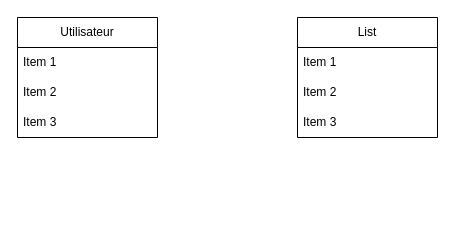
BouEmi2333222/ProjetFinalExploTechno keeps this draw.io diagram as planBD.drawio. Above is the earlier version. Source tidied: cells renumbered, new cells numbered last; positions are measured from the earlier drawing's top-left corner, leaving out a move shared by most shapes. Both pictures are drawn from the tidied source at 100%, with x=0, y=0 at pixel (17, 17).
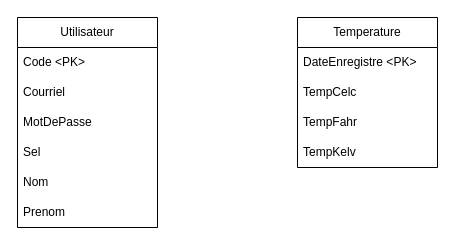
Above is the later version.

The edit, as a diff of the source:
```diff
@@
 <mxGraphModel>
   <root>
     <mxCell id="0" />
     <mxCell id="1" parent="0" />
     <mxCell id="2" value="Utilisateur" style="swimlane;fontStyle=0;horizontal=1;startSize=30;whiteSpace=wrap;html=1;" parent="1" vertex="1">
-      <mxGeometry width="140" height="120" as="geometry" />
+      <mxGeometry width="140" height="210" as="geometry" />
     </mxCell>
-    <mxCell id="3" value="Item 1" style="text;strokeColor=none;fillColor=none;align=left;verticalAlign=middle;spacingLeft=4;spacingRight=4;overflow=hidden;whiteSpace=wrap;html=1;" parent="2" vertex="1">
+    <mxCell id="3" value="Code &amp;lt;PK&amp;gt;" style="text;strokeColor=none;fillColor=none;align=left;verticalAlign=middle;spacingLeft=4;spacingRight=4;overflow=hidden;whiteSpace=wrap;html=1;" parent="2" vertex="1">
       <mxGeometry y="30" width="140" height="30" as="geometry" />
     </mxCell>
-    <mxCell id="4" value="Item 2" style="text;strokeColor=none;fillColor=none;align=left;verticalAlign=middle;spacingLeft=4;spacingRight=4;overflow=hidden;whiteSpace=wrap;html=1;" parent="2" vertex="1">
+    <mxCell id="4" value="Courriel" style="text;strokeColor=none;fillColor=none;align=left;verticalAlign=middle;spacingLeft=4;spacingRight=4;overflow=hidden;whiteSpace=wrap;html=1;" parent="2" vertex="1">
       <mxGeometry y="60" width="140" height="30" as="geometry" />
     </mxCell>
-    <mxCell id="5" value="Item 3" style="text;strokeColor=none;fillColor=none;align=left;verticalAlign=middle;spacingLeft=4;spacingRight=4;overflow=hidden;whiteSpace=wrap;html=1;" parent="2" vertex="1">
+    <mxCell id="5" value="MotDePasse" style="text;strokeColor=none;fillColor=none;align=left;verticalAlign=middle;spacingLeft=4;spacingRight=4;overflow=hidden;whiteSpace=wrap;html=1;" parent="2" vertex="1">
       <mxGeometry y="90" width="140" height="30" as="geometry" />
     </mxCell>
+    <mxCell id="10" value="Sel" style="text;strokeColor=none;fillColor=none;align=left;verticalAlign=middle;spacingLeft=4;spacingRight=4;overflow=hidden;whiteSpace=wrap;html=1;" parent="2" vertex="1">
+      <mxGeometry y="120" width="140" height="30" as="geometry" />
+    </mxCell>
+    <mxCell id="11" value="Nom" style="text;strokeColor=none;fillColor=none;align=left;verticalAlign=middle;spacingLeft=4;spacingRight=4;overflow=hidden;whiteSpace=wrap;html=1;" parent="2" vertex="1">
+      <mxGeometry y="150" width="140" height="30" as="geometry" />
+    </mxCell>
+    <mxCell id="12" value="Prenom" style="text;strokeColor=none;fillColor=none;align=left;verticalAlign=middle;spacingLeft=4;spacingRight=4;overflow=hidden;whiteSpace=wrap;html=1;" parent="2" vertex="1">
+      <mxGeometry y="180" width="140" height="30" as="geometry" />
+    </mxCell>
-    <mxCell id="6" value="List" style="swimlane;fontStyle=0;horizontal=1;startSize=30;whiteSpace=wrap;html=1;" parent="1" vertex="1">
-      <mxGeometry x="280" width="140" height="120" as="geometry" />
+    <mxCell id="6" value="Temperature" style="swimlane;fontStyle=0;horizontal=1;startSize=30;whiteSpace=wrap;html=1;" parent="1" vertex="1">
+      <mxGeometry x="280" width="140" height="150" as="geometry" />
     </mxCell>
-    <mxCell id="7" value="Item 1" style="text;strokeColor=none;fillColor=none;align=left;verticalAlign=middle;spacingLeft=4;spacingRight=4;overflow=hidden;whiteSpace=wrap;html=1;" parent="6" vertex="1">
+    <mxCell id="7" value="DateEnregistre &amp;lt;PK&amp;gt;" style="text;strokeColor=none;fillColor=none;align=left;verticalAlign=middle;spacingLeft=4;spacingRight=4;overflow=hidden;whiteSpace=wrap;html=1;" parent="6" vertex="1">
       <mxGeometry y="30" width="140" height="30" as="geometry" />
     </mxCell>
-    <mxCell id="8" value="Item 2" style="text;strokeColor=none;fillColor=none;align=left;verticalAlign=middle;spacingLeft=4;spacingRight=4;overflow=hidden;whiteSpace=wrap;html=1;" parent="6" vertex="1">
+    <mxCell id="8" value="TempCelc" style="text;strokeColor=none;fillColor=none;align=left;verticalAlign=middle;spacingLeft=4;spacingRight=4;overflow=hidden;whiteSpace=wrap;html=1;" parent="6" vertex="1">
       <mxGeometry y="60" width="140" height="30" as="geometry" />
     </mxCell>
-    <mxCell id="9" value="Item 3" style="text;strokeColor=none;fillColor=none;align=left;verticalAlign=middle;spacingLeft=4;spacingRight=4;overflow=hidden;whiteSpace=wrap;html=1;" parent="6" vertex="1">
+    <mxCell id="9" value="TempFahr" style="text;strokeColor=none;fillColor=none;align=left;verticalAlign=middle;spacingLeft=4;spacingRight=4;overflow=hidden;whiteSpace=wrap;html=1;" parent="6" vertex="1">
       <mxGeometry y="90" width="140" height="30" as="geometry" />
     </mxCell>
+    <mxCell id="13" value="TempKelv" style="text;strokeColor=none;fillColor=none;align=left;verticalAlign=middle;spacingLeft=4;spacingRight=4;overflow=hidden;whiteSpace=wrap;html=1;" parent="6" vertex="1">
+      <mxGeometry y="120" width="140" height="30" as="geometry" />
+    </mxCell>
   </root>
 </mxGraphModel>
```
